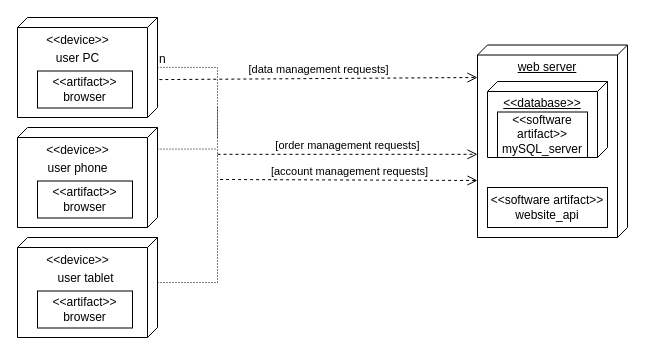
Before: deployment dia.drawio in nawrasfaour/OurFoodProj, a draw.io diagram. Source tidied: cells renumbered, new cells numbered last; positions are measured from the earlier drawing's top-left corner, leaving out a move shared by most shapes. Both pictures are drawn from the tidied source at 100%, with x=0, y=0 at pixel (17, 17).
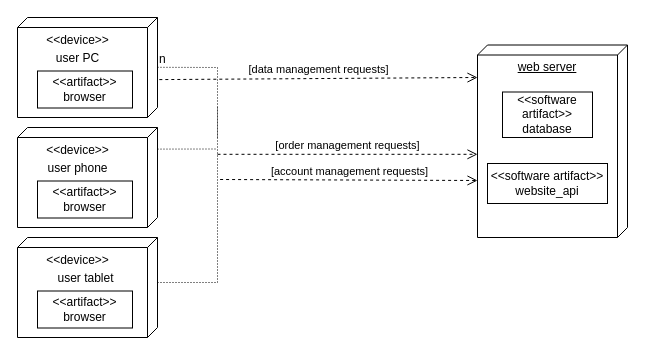
Above is the later version.

Change to the diagram source:
```diff
@@
     <mxCell id="16" value="&amp;lt;&amp;lt;software artifact&amp;gt;&amp;gt;&lt;br&gt;website_api" style="html=1;align=center;verticalAlign=middle;dashed=0;whiteSpace=wrap;" parent="1" vertex="1">
-      <mxGeometry x="470" y="170" width="120" height="40" as="geometry" />
+      <mxGeometry x="470" y="146" width="120" height="40" as="geometry" />
     </mxCell>
-    <mxCell id="17" value="&amp;lt;&amp;lt;database&amp;gt;&amp;gt;" style="verticalAlign=top;align=center;spacingTop=8;spacingLeft=2;spacingRight=12;shape=cube;size=10;direction=south;fontStyle=4;html=1;whiteSpace=wrap;" parent="1" vertex="1">
-      <mxGeometry x="470" y="64" width="120" height="76" as="geometry" />
-    </mxCell>
-    <mxCell id="18" value="&amp;lt;&amp;lt;software artifact&amp;gt;&amp;gt;&lt;br&gt;mySQL_server" style="html=1;align=center;verticalAlign=middle;dashed=0;whiteSpace=wrap;labelPosition=center;verticalLabelPosition=middle;horizontal=1;" parent="1" vertex="1">
-      <mxGeometry x="480" y="94.5" width="90" height="45.5" as="geometry" />
+    <mxCell id="18" value="&amp;lt;&amp;lt;software artifact&amp;gt;&amp;gt;&lt;br&gt;&lt;div&gt;database&lt;/div&gt;" style="html=1;align=center;verticalAlign=middle;dashed=0;whiteSpace=wrap;labelPosition=center;verticalLabelPosition=middle;horizontal=1;" parent="1" vertex="1">
+      <mxGeometry x="485" y="74.5" width="90" height="45.5" as="geometry" />
     </mxCell>
```
